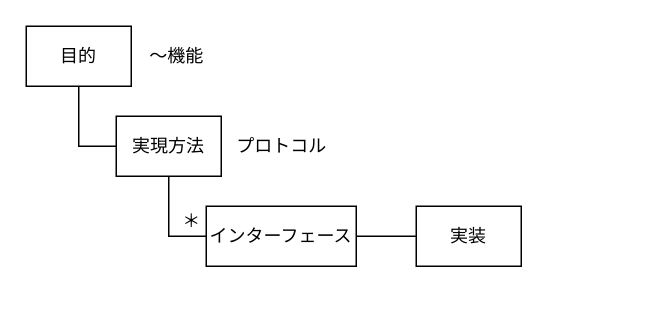
Before: picture/ネットワーク階層モデル.drawio in sasachichito/knowledge, a draw.io diagram. Source tidied: cells renumbered, new cells numbered last; positions are measured from the earlier drawing's top-left corner, leaving out a move shared by most shapes. Both pictures are drawn from the tidied source at 150%, with x=0, y=0 at pixel (26, 26).
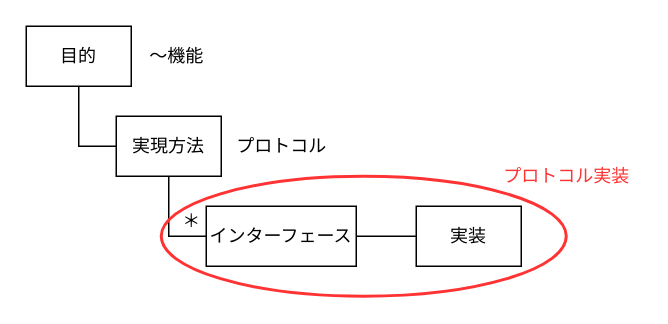
The same diagram, later.

Commit message (it also covers changes not shown here):
ネットワーク階層モデル.drawio を更新します

What changed in the source:
```diff
@@
 <mxGraphModel>
   <root>
     <mxCell id="0" />
     <mxCell id="1" parent="0" />
     <mxCell id="2" style="edgeStyle=orthogonalEdgeStyle;rounded=0;jettySize=auto;html=1;exitX=0.5;exitY=1;exitDx=0;exitDy=0;entryX=0;entryY=0.5;entryDx=0;entryDy=0;endArrow=none;endFill=0;" parent="1" edge="1" source="3" target="5">
       <mxGeometry relative="1" as="geometry">
         <Array as="points">
           <mxPoint x="35" y="80" />
         </Array>
       </mxGeometry>
     </mxCell>
     <mxCell id="3" value="目的" style="rounded=0;whiteSpace=wrap;html=1;" parent="1" vertex="1">
       <mxGeometry width="70" height="40" as="geometry" />
     </mxCell>
     <mxCell id="4" style="edgeStyle=orthogonalEdgeStyle;rounded=0;jettySize=auto;html=1;exitX=0.5;exitY=1;exitDx=0;exitDy=0;entryX=0;entryY=0.5;entryDx=0;entryDy=0;endArrow=none;endFill=0;" parent="1" edge="1" source="5" target="6">
       <mxGeometry relative="1" as="geometry">
         <Array as="points">
           <mxPoint x="95" y="140" />
         </Array>
       </mxGeometry>
     </mxCell>
     <mxCell id="5" value="実現方法" style="rounded=0;whiteSpace=wrap;html=1;" parent="1" vertex="1">
       <mxGeometry x="60" y="60" width="70" height="40" as="geometry" />
     </mxCell>
     <mxCell id="6" value="インターフェース" style="rounded=0;whiteSpace=wrap;html=1;" parent="1" vertex="1">
       <mxGeometry x="120" y="120" width="100" height="40" as="geometry" />
     </mxCell>
     <mxCell id="7" style="edgeStyle=orthogonalEdgeStyle;rounded=0;jettySize=auto;html=1;exitX=0;exitY=0.5;exitDx=0;exitDy=0;entryX=1;entryY=0.5;entryDx=0;entryDy=0;endArrow=none;endFill=0;" parent="1" edge="1" source="8" target="6">
       <mxGeometry relative="1" as="geometry" />
     </mxCell>
     <mxCell id="8" value="実装" style="rounded=0;whiteSpace=wrap;html=1;" parent="1" vertex="1">
       <mxGeometry x="260" y="120" width="70" height="40" as="geometry" />
     </mxCell>
     <mxCell id="9" value="＊" style="text;html=1;align=center;verticalAlign=middle;" parent="1" vertex="1">
       <mxGeometry x="95" y="120" width="30" height="20" as="geometry" />
     </mxCell>
     <mxCell id="10" value="〜機能" style="text;html=1;align=center;verticalAlign=middle;" parent="1" vertex="1">
       <mxGeometry x="75" y="10" width="50" height="20" as="geometry" />
     </mxCell>
     <mxCell id="11" value="プロトコル" style="text;html=1;align=center;verticalAlign=middle;" parent="1" vertex="1">
       <mxGeometry x="130" y="70" width="80" height="20" as="geometry" />
     </mxCell>
+    <mxCell id="12" style="ellipse;whiteSpace=wrap;html=1;fillColor=none;strokeColor=#FF3333;strokeWidth=2;" parent="1" vertex="1">
+      <mxGeometry x="90" y="100" width="270" height="80" as="geometry" />
+    </mxCell>
+    <mxCell id="13" value="&lt;font color=&quot;#ff3333&quot;&gt;プロトコル実装&lt;/font&gt;" style="text;html=1;align=center;verticalAlign=middle;" parent="1" vertex="1">
+      <mxGeometry x="310" y="90" width="100" height="20" as="geometry" />
+    </mxCell>
   </root>
 </mxGraphModel>
```
